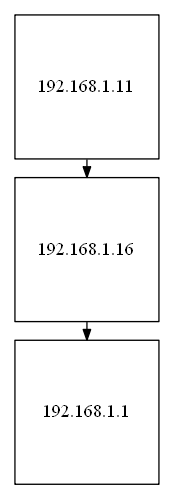
Earlier version of the Graphviz export Graphics/NODOS.png (Guillermo-O-C/EDD_1S20200_PY2_201801366). Its source is kept beside it as TextFiles/NODOS.dot. Source of this version:
```dot
digraph G {
 nodesep=0.3;
 ranksep=0.2;
    margin=0.1;
 node[shape=box width="1.5" height="1.5" fixed="true"];  edge [arrowsize=0.8];"192.168.1.11" ->"192.168.1.16" ->"192.168.1.1";}
```
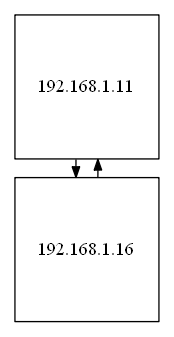
Above is the later version.

The edit, as a diff of the source:
```diff
@@ -2,4 +2,4 @@
  nodesep=0.3;
  ranksep=0.2;
     margin=0.1;
- node[shape=box width="1.5" height="1.5" fixed="true"];  edge [arrowsize=0.8];"192.168.1.11" ->"192.168.1.16" ->"192.168.1.1";}
+ node[shape=box width="1.5" height="1.5" fixed="true"];  edge [arrowsize=0.8];"192.168.1.11" ->"192.168.1.16";"192.168.1.16" -> "192.168.1.11";}
```
